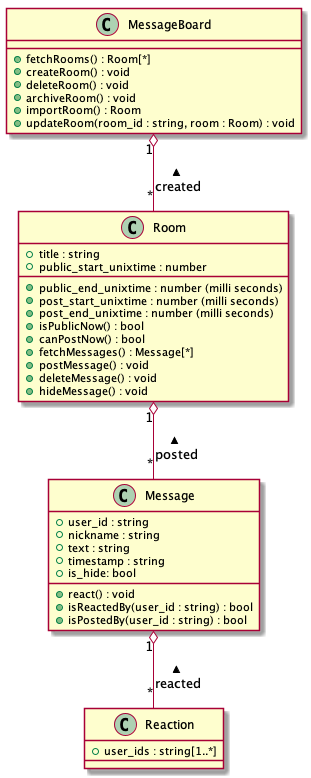
Before: system-design/class.png, a diagram exported from PlantUML (okutan0x7CC/message-board).
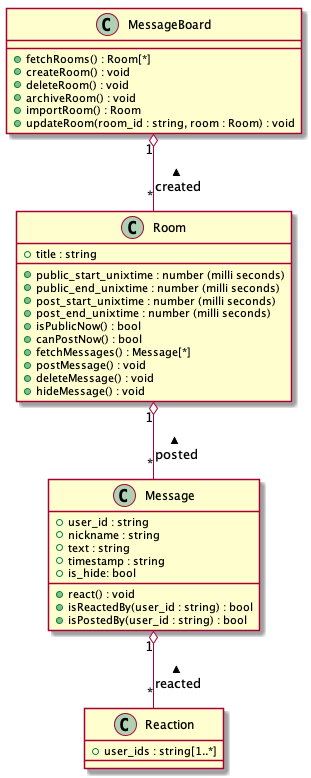
After the change.

Commit message:
[fix] milli seconds を一部下記忘れていた

What changed in the source:
```diff
@@ -11,7 +11,7 @@
 
 class Room {
     + title : string
-    + public_start_unixtime : number
+    + public_start_unixtime : number (milli seconds)
     + public_end_unixtime : number (milli seconds)
     + post_start_unixtime : number (milli seconds)
     + post_end_unixtime : number (milli seconds)
```
